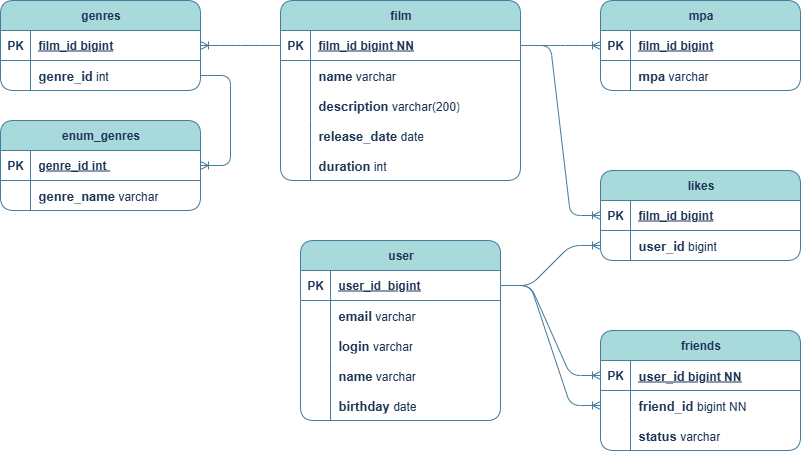
Before: docs/ER diagram.png, a diagram exported from draw.io (AlksSrg/java-filmorate). Source tidied: cells renumbered, new cells last; positions are measured from the earlier drawing's top-left corner, leaving out a move shared by most shapes.
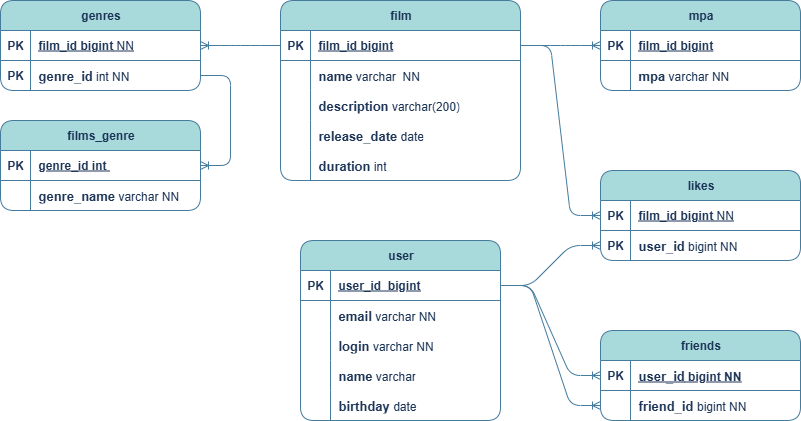
After the commit.

Commit message:
Промежуточное задание 12 спринта: 1)Доработанная ER Диаграмма

Diff of the diagram source:
```diff
@@ -3,7 +3,7 @@
     <mxCell id="0" />
     <mxCell id="1" parent="0" />
     <mxCell id="2" value="friends" style="shape=table;startSize=30;rowLines=0;fontStyle=1;align=center;html=1;fillColor=#A8DADC;strokeColor=#457B9D;strokeWidth=1;labelBackgroundColor=none;fontColor=#1D3557;rounded=1;" parent="1" vertex="1">
-      <mxGeometry x="600" y="330" width="200" height="120" as="geometry" />
+      <mxGeometry x="600" y="330" width="200" height="90" as="geometry" />
     </mxCell>
     <mxCell id="3" style="shape=tableRow;horizontal=0;startSize=0;swimlaneHead=0;swimlaneBody=0;fillColor=none;points=[[0,0.5],[1,0.5]];portConstraint=eastwest;top=0;left=0;right=0;bottom=1;labelBackgroundColor=none;strokeColor=#457B9D;fontColor=#1D3557;rounded=1;" parent="2" vertex="1">
       <mxGeometry y="30" width="200" height="30" as="geometry" />
@@ -23,15 +23,6 @@
     <mxCell id="8" value="&lt;font style=&quot;font-size: 13px;&quot;&gt;&lt;b&gt;friend_id &lt;/b&gt;&lt;/font&gt;bigint NN" style="shape=partialRectangle;fillColor=none;top=0;left=0;bottom=0;right=0;align=left;spacingLeft=6;overflow=hidden;whiteSpace=wrap;html=1;labelBackgroundColor=none;strokeColor=#457B9D;fontColor=#1D3557;rounded=1;" parent="6" vertex="1">
       <mxGeometry x="30" width="170" height="30" as="geometry" />
     </mxCell>
-    <mxCell id="9" style="shape=tableRow;horizontal=0;startSize=0;swimlaneHead=0;swimlaneBody=0;fillColor=none;top=0;left=0;right=0;bottom=0;labelBackgroundColor=none;strokeColor=#457B9D;fontColor=#1D3557;rounded=1;" parent="2" vertex="1">
-      <mxGeometry y="90" width="200" height="30" as="geometry" />
-    </mxCell>
-    <mxCell id="10" style="shape=partialRectangle;fillColor=none;top=0;left=0;bottom=0;right=0;overflow=hidden;whiteSpace=wrap;html=1;labelBackgroundColor=none;strokeColor=#457B9D;fontColor=#1D3557;rounded=1;" parent="9" vertex="1">
-      <mxGeometry width="30" height="30" as="geometry" />
-    </mxCell>
-    <mxCell id="11" value="&lt;b&gt;&lt;font style=&quot;font-size: 13px;&quot;&gt;status&lt;/font&gt;&lt;/b&gt;&amp;nbsp;varchar" style="shape=partialRectangle;fillColor=none;top=0;left=0;bottom=0;right=0;align=left;spacingLeft=6;overflow=hidden;whiteSpace=wrap;html=1;labelBackgroundColor=none;strokeColor=#457B9D;fontColor=#1D3557;rounded=1;" parent="9" vertex="1">
-      <mxGeometry x="30" width="170" height="30" as="geometry" />
-    </mxCell>
     <mxCell id="12" style="shape=tableRow;horizontal=0;startSize=0;swimlaneHead=0;swimlaneBody=0;fillColor=none;top=0;left=0;right=0;bottom=0;labelBackgroundColor=none;strokeColor=#457B9D;fontColor=#1D3557;rounded=1;" parent="1" vertex="1">
       <mxGeometry x="265" y="210" width="180" height="30" as="geometry" />
     </mxCell>
@@ -47,7 +38,7 @@
     <mxCell id="16" value="PK" style="shape=partialRectangle;fillColor=none;top=0;left=0;bottom=0;right=0;fontStyle=1;overflow=hidden;whiteSpace=wrap;html=1;labelBackgroundColor=none;strokeColor=#457B9D;fontColor=#1D3557;rounded=1;" parent="15" vertex="1">
       <mxGeometry width="30" height="30" as="geometry" />
     </mxCell>
-    <mxCell id="17" value="film_id bigint NN" style="shape=partialRectangle;fillColor=none;top=0;left=0;bottom=0;right=0;align=left;spacingLeft=6;fontStyle=5;overflow=hidden;whiteSpace=wrap;html=1;labelBackgroundColor=none;strokeColor=#457B9D;fontColor=#1D3557;rounded=1;" parent="15" vertex="1">
+    <mxCell id="17" value="film_id bigint" style="shape=partialRectangle;fillColor=none;top=0;left=0;bottom=0;right=0;align=left;spacingLeft=6;fontStyle=5;overflow=hidden;whiteSpace=wrap;html=1;labelBackgroundColor=none;strokeColor=#457B9D;fontColor=#1D3557;rounded=1;" parent="15" vertex="1">
       <mxGeometry x="30" width="210" height="30" as="geometry" />
     </mxCell>
     <mxCell id="18" style="shape=tableRow;horizontal=0;startSize=0;swimlaneHead=0;swimlaneBody=0;fillColor=none;top=0;left=0;right=0;bottom=0;labelBackgroundColor=none;strokeColor=#457B9D;fontColor=#1D3557;rounded=1;" parent="14" vertex="1">
@@ -56,7 +47,7 @@
     <mxCell id="19" style="shape=partialRectangle;fillColor=none;top=0;left=0;bottom=0;right=0;overflow=hidden;whiteSpace=wrap;html=1;labelBackgroundColor=none;strokeColor=#457B9D;fontColor=#1D3557;rounded=1;" parent="18" vertex="1">
       <mxGeometry width="30" height="30" as="geometry" />
     </mxCell>
-    <mxCell id="20" value="&lt;b&gt;&lt;font style=&quot;font-size: 13px;&quot;&gt;name&lt;/font&gt;&lt;/b&gt; varchar&amp;nbsp;" style="shape=partialRectangle;fillColor=none;top=0;left=0;bottom=0;right=0;align=left;spacingLeft=6;overflow=hidden;labelBorderColor=none;textShadow=0;labelBackgroundColor=none;html=1;whiteSpace=wrap;fontStyle=0;strokeColor=#457B9D;fontColor=#1D3557;rounded=1;" parent="18" vertex="1">
+    <mxCell id="20" value="&lt;b&gt;&lt;font style=&quot;font-size: 13px;&quot;&gt;name&lt;/font&gt;&lt;/b&gt; varchar&amp;nbsp;&amp;nbsp;NN&amp;nbsp;" style="shape=partialRectangle;fillColor=none;top=0;left=0;bottom=0;right=0;align=left;spacingLeft=6;overflow=hidden;labelBorderColor=none;textShadow=0;labelBackgroundColor=none;html=1;whiteSpace=wrap;fontStyle=0;strokeColor=#457B9D;fontColor=#1D3557;rounded=1;" parent="18" vertex="1">
       <mxGeometry x="30" width="210" height="30" as="geometry" />
     </mxCell>
     <mxCell id="21" style="shape=tableRow;horizontal=0;startSize=0;swimlaneHead=0;swimlaneBody=0;fillColor=none;top=0;left=0;right=0;bottom=0;labelBackgroundColor=none;strokeColor=#457B9D;fontColor=#1D3557;rounded=1;" parent="14" vertex="1">
@@ -104,7 +95,7 @@
     <mxCell id="35" style="shape=partialRectangle;fillColor=none;top=0;left=0;bottom=0;right=0;overflow=hidden;whiteSpace=wrap;html=1;labelBackgroundColor=none;strokeColor=#457B9D;fontColor=#1D3557;rounded=1;" parent="34" vertex="1">
       <mxGeometry width="30" height="30" as="geometry" />
     </mxCell>
-    <mxCell id="36" value="&lt;font style=&quot;font-size: 13px;&quot;&gt;&lt;b&gt;email &lt;/b&gt;&lt;/font&gt;varchar&amp;nbsp;" style="shape=partialRectangle;fillColor=none;top=0;left=0;bottom=0;right=0;align=left;spacingLeft=6;overflow=hidden;whiteSpace=wrap;html=1;labelBackgroundColor=none;strokeColor=#457B9D;fontColor=#1D3557;rounded=1;" parent="34" vertex="1">
+    <mxCell id="36" value="&lt;font style=&quot;font-size: 13px;&quot;&gt;&lt;b&gt;email &lt;/b&gt;&lt;/font&gt;varchar NN" style="shape=partialRectangle;fillColor=none;top=0;left=0;bottom=0;right=0;align=left;spacingLeft=6;overflow=hidden;whiteSpace=wrap;html=1;labelBackgroundColor=none;strokeColor=#457B9D;fontColor=#1D3557;rounded=1;" parent="34" vertex="1">
       <mxGeometry x="30" width="170" height="30" as="geometry" />
     </mxCell>
     <mxCell id="37" style="shape=tableRow;horizontal=0;startSize=0;swimlaneHead=0;swimlaneBody=0;fillColor=none;top=0;left=0;right=0;bottom=0;labelBackgroundColor=none;strokeColor=#457B9D;fontColor=#1D3557;rounded=1;" parent="30" vertex="1">
@@ -113,7 +104,7 @@
     <mxCell id="38" style="shape=partialRectangle;fillColor=none;top=0;left=0;bottom=0;right=0;overflow=hidden;whiteSpace=wrap;html=1;labelBackgroundColor=none;strokeColor=#457B9D;fontColor=#1D3557;rounded=1;" parent="37" vertex="1">
       <mxGeometry width="30" height="30" as="geometry" />
     </mxCell>
-    <mxCell id="39" value="&lt;b&gt;&lt;font style=&quot;font-size: 13px;&quot;&gt;login&lt;/font&gt;&lt;/b&gt; varchar" style="shape=partialRectangle;fillColor=none;top=0;left=0;bottom=0;right=0;align=left;spacingLeft=6;overflow=hidden;whiteSpace=wrap;html=1;labelBackgroundColor=none;strokeColor=#457B9D;fontColor=#1D3557;rounded=1;" parent="37" vertex="1">
+    <mxCell id="39" value="&lt;b&gt;&lt;font style=&quot;font-size: 13px;&quot;&gt;login&lt;/font&gt;&lt;/b&gt; varchar&amp;nbsp;NN" style="shape=partialRectangle;fillColor=none;top=0;left=0;bottom=0;right=0;align=left;spacingLeft=6;overflow=hidden;whiteSpace=wrap;html=1;labelBackgroundColor=none;strokeColor=#457B9D;fontColor=#1D3557;rounded=1;" parent="37" vertex="1">
       <mxGeometry x="30" width="170" height="30" as="geometry" />
     </mxCell>
     <mxCell id="40" style="shape=tableRow;horizontal=0;startSize=0;swimlaneHead=0;swimlaneBody=0;fillColor=none;top=0;left=0;right=0;bottom=0;labelBackgroundColor=none;strokeColor=#457B9D;fontColor=#1D3557;rounded=1;" parent="30" vertex="1">
@@ -152,7 +143,7 @@
     <mxCell id="51" style="shape=partialRectangle;fillColor=none;top=0;left=0;bottom=0;right=0;overflow=hidden;whiteSpace=wrap;html=1;labelBackgroundColor=none;strokeColor=#457B9D;fontColor=#1D3557;rounded=1;" parent="50" vertex="1">
       <mxGeometry width="30" height="30" as="geometry" />
     </mxCell>
-    <mxCell id="52" value="&lt;b&gt;&lt;font style=&quot;font-size: 13px;&quot;&gt;mpa&lt;/font&gt;&lt;/b&gt; varchar" style="shape=partialRectangle;fillColor=none;top=0;left=0;bottom=0;right=0;align=left;spacingLeft=6;overflow=hidden;whiteSpace=wrap;html=1;labelBackgroundColor=none;strokeColor=#457B9D;fontColor=#1D3557;rounded=1;" parent="50" vertex="1">
+    <mxCell id="52" value="&lt;b&gt;&lt;font style=&quot;font-size: 13px;&quot;&gt;mpa&lt;/font&gt;&lt;/b&gt; varchar&amp;nbsp;NN" style="shape=partialRectangle;fillColor=none;top=0;left=0;bottom=0;right=0;align=left;spacingLeft=6;overflow=hidden;whiteSpace=wrap;html=1;labelBackgroundColor=none;strokeColor=#457B9D;fontColor=#1D3557;rounded=1;" parent="50" vertex="1">
       <mxGeometry x="30" width="170" height="30" as="geometry" />
     </mxCell>
     <mxCell id="53" value="genres" style="shape=table;startSize=30;rowLines=0;fontStyle=1;align=center;html=1;fillColor=#A8DADC;strokeColor=#457B9D;labelBackgroundColor=none;fontColor=#1D3557;rounded=1;" parent="1" vertex="1">
@@ -164,19 +155,19 @@
     <mxCell id="55" value="PK" style="shape=partialRectangle;fillColor=none;top=0;left=0;bottom=0;right=0;fontStyle=1;overflow=hidden;whiteSpace=wrap;html=1;labelBackgroundColor=none;strokeColor=#457B9D;fontColor=#1D3557;rounded=1;" parent="54" vertex="1">
       <mxGeometry width="30" height="30" as="geometry" />
     </mxCell>
-    <mxCell id="56" value="film_id bigint" style="shape=partialRectangle;fillColor=none;top=0;left=0;bottom=0;right=0;align=left;spacingLeft=6;fontStyle=5;overflow=hidden;whiteSpace=wrap;html=1;labelBackgroundColor=none;strokeColor=#457B9D;fontColor=#1D3557;rounded=1;" parent="54" vertex="1">
+    <mxCell id="56" value="film_id bigint&lt;span style=&quot;font-weight: 400;&quot;&gt;&amp;nbsp;NN&lt;/span&gt;" style="shape=partialRectangle;fillColor=none;top=0;left=0;bottom=0;right=0;align=left;spacingLeft=6;fontStyle=5;overflow=hidden;whiteSpace=wrap;html=1;labelBackgroundColor=none;strokeColor=#457B9D;fontColor=#1D3557;rounded=1;" parent="54" vertex="1">
       <mxGeometry x="30" width="170" height="30" as="geometry" />
     </mxCell>
     <mxCell id="57" style="shape=tableRow;horizontal=0;startSize=0;swimlaneHead=0;swimlaneBody=0;fillColor=none;points=[[0,0.5],[1,0.5]];portConstraint=eastwest;top=0;left=0;right=0;bottom=0;labelBackgroundColor=none;strokeColor=#457B9D;fontColor=#1D3557;rounded=1;" parent="53" vertex="1">
       <mxGeometry y="60" width="200" height="30" as="geometry" />
     </mxCell>
-    <mxCell id="58" style="shape=partialRectangle;fillColor=none;top=0;left=0;bottom=0;right=0;overflow=hidden;whiteSpace=wrap;html=1;labelBackgroundColor=none;strokeColor=#457B9D;fontColor=#1D3557;rounded=1;" parent="57" vertex="1">
+    <mxCell id="58" value="&lt;span style=&quot;font-weight: 700;&quot;&gt;PK&lt;/span&gt;" style="shape=partialRectangle;fillColor=none;top=0;left=0;bottom=0;right=0;overflow=hidden;whiteSpace=wrap;html=1;labelBackgroundColor=none;strokeColor=#457B9D;fontColor=#1D3557;rounded=1;" parent="57" vertex="1">
       <mxGeometry width="30" height="30" as="geometry" />
     </mxCell>
-    <mxCell id="59" value="&lt;b&gt;&lt;font style=&quot;font-size: 13px;&quot;&gt;genre_id&lt;/font&gt;&lt;/b&gt; int" style="shape=partialRectangle;fillColor=none;top=0;left=0;bottom=0;right=0;align=left;spacingLeft=6;overflow=hidden;whiteSpace=wrap;html=1;labelBackgroundColor=none;strokeColor=#457B9D;fontColor=#1D3557;rounded=1;" parent="57" vertex="1">
+    <mxCell id="59" value="&lt;b&gt;&lt;font style=&quot;font-size: 13px;&quot;&gt;genre_id&lt;/font&gt;&lt;/b&gt; int&amp;nbsp;NN" style="shape=partialRectangle;fillColor=none;top=0;left=0;bottom=0;right=0;align=left;spacingLeft=6;overflow=hidden;whiteSpace=wrap;html=1;labelBackgroundColor=none;strokeColor=#457B9D;fontColor=#1D3557;rounded=1;" parent="57" vertex="1">
       <mxGeometry x="30" width="170" height="30" as="geometry" />
     </mxCell>
-    <mxCell id="60" value="enum_genres" style="shape=table;startSize=30;rowLines=0;fontStyle=1;align=center;html=1;fillColor=#A8DADC;strokeColor=#457B9D;labelBackgroundColor=none;fontColor=#1D3557;rounded=1;" parent="1" vertex="1">
+    <mxCell id="60" value="films_genre" style="shape=table;startSize=30;rowLines=0;fontStyle=1;align=center;html=1;fillColor=#A8DADC;strokeColor=#457B9D;labelBackgroundColor=none;fontColor=#1D3557;rounded=1;" parent="1" vertex="1">
       <mxGeometry y="120" width="200" height="90" as="geometry" />
     </mxCell>
     <mxCell id="61" style="shape=tableRow;horizontal=0;startSize=0;swimlaneHead=0;swimlaneBody=0;fillColor=none;points=[[0,0.5],[1,0.5]];portConstraint=eastwest;top=0;left=0;right=0;bottom=1;labelBackgroundColor=none;strokeColor=#457B9D;fontColor=#1D3557;rounded=1;" parent="60" vertex="1">
@@ -194,7 +185,7 @@
     <mxCell id="65" style="shape=partialRectangle;fillColor=none;top=0;left=0;bottom=0;right=0;overflow=hidden;whiteSpace=wrap;html=1;labelBackgroundColor=none;strokeColor=#457B9D;fontColor=#1D3557;rounded=1;" parent="64" vertex="1">
       <mxGeometry width="30" height="30" as="geometry" />
     </mxCell>
-    <mxCell id="66" value="&lt;b&gt;&lt;font style=&quot;font-size: 13px;&quot;&gt;genre_name&lt;/font&gt;&lt;/b&gt; varchar" style="shape=partialRectangle;fillColor=none;top=0;left=0;bottom=0;right=0;align=left;spacingLeft=6;overflow=hidden;whiteSpace=wrap;html=1;labelBackgroundColor=none;strokeColor=#457B9D;fontColor=#1D3557;rounded=1;" parent="64" vertex="1">
+    <mxCell id="66" value="&lt;b&gt;&lt;font style=&quot;font-size: 13px;&quot;&gt;genre_name&lt;/font&gt;&lt;/b&gt; varchar&amp;nbsp;NN" style="shape=partialRectangle;fillColor=none;top=0;left=0;bottom=0;right=0;align=left;spacingLeft=6;overflow=hidden;whiteSpace=wrap;html=1;labelBackgroundColor=none;strokeColor=#457B9D;fontColor=#1D3557;rounded=1;" parent="64" vertex="1">
       <mxGeometry x="30" width="170" height="30" as="geometry" />
     </mxCell>
     <mxCell id="67" value="likes" style="shape=table;startSize=30;rowLines=0;fontStyle=1;align=center;html=1;fillColor=#A8DADC;strokeColor=#457B9D;labelBackgroundColor=none;fontColor=#1D3557;rounded=1;" parent="1" vertex="1">
@@ -206,16 +197,16 @@
     <mxCell id="69" value="PK" style="shape=partialRectangle;fillColor=none;top=0;left=0;bottom=0;right=0;fontStyle=1;overflow=hidden;whiteSpace=wrap;html=1;labelBackgroundColor=none;strokeColor=#457B9D;fontColor=#1D3557;rounded=1;" parent="68" vertex="1">
       <mxGeometry width="30" height="30" as="geometry" />
     </mxCell>
-    <mxCell id="70" value="film_id bigint" style="shape=partialRectangle;fillColor=none;top=0;left=0;bottom=0;right=0;align=left;spacingLeft=6;fontStyle=5;overflow=hidden;whiteSpace=wrap;html=1;labelBackgroundColor=none;strokeColor=#457B9D;fontColor=#1D3557;rounded=1;" parent="68" vertex="1">
+    <mxCell id="70" value="film_id bigint&lt;span style=&quot;font-weight: 400;&quot;&gt;&amp;nbsp;NN&lt;/span&gt;" style="shape=partialRectangle;fillColor=none;top=0;left=0;bottom=0;right=0;align=left;spacingLeft=6;fontStyle=5;overflow=hidden;whiteSpace=wrap;html=1;labelBackgroundColor=none;strokeColor=#457B9D;fontColor=#1D3557;rounded=1;" parent="68" vertex="1">
       <mxGeometry x="30" width="170" height="30" as="geometry" />
     </mxCell>
     <mxCell id="71" style="shape=tableRow;horizontal=0;startSize=0;swimlaneHead=0;swimlaneBody=0;fillColor=none;points=[[0,0.5],[1,0.5]];portConstraint=eastwest;top=0;left=0;right=0;bottom=0;labelBackgroundColor=none;strokeColor=#457B9D;fontColor=#1D3557;rounded=1;" parent="67" vertex="1">
       <mxGeometry y="60" width="200" height="30" as="geometry" />
     </mxCell>
-    <mxCell id="72" style="shape=partialRectangle;fillColor=none;top=0;left=0;bottom=0;right=0;overflow=hidden;whiteSpace=wrap;html=1;labelBackgroundColor=none;strokeColor=#457B9D;fontColor=#1D3557;rounded=1;" parent="71" vertex="1">
+    <mxCell id="72" value="&lt;span style=&quot;font-weight: 700;&quot;&gt;PK&lt;/span&gt;" style="shape=partialRectangle;fillColor=none;top=0;left=0;bottom=0;right=0;overflow=hidden;whiteSpace=wrap;html=1;labelBackgroundColor=none;strokeColor=#457B9D;fontColor=#1D3557;rounded=1;" parent="71" vertex="1">
       <mxGeometry width="30" height="30" as="geometry" />
     </mxCell>
-    <mxCell id="73" value="&lt;b&gt;&lt;font style=&quot;font-size: 13px;&quot;&gt;user_id&lt;/font&gt;&lt;/b&gt; bigint" style="shape=partialRectangle;fillColor=none;top=0;left=0;bottom=0;right=0;align=left;spacingLeft=6;overflow=hidden;whiteSpace=wrap;html=1;labelBackgroundColor=none;strokeColor=#457B9D;fontColor=#1D3557;rounded=1;" parent="71" vertex="1">
+    <mxCell id="73" value="&lt;b&gt;&lt;font style=&quot;font-size: 13px;&quot;&gt;user_id&lt;/font&gt;&lt;/b&gt; bigint&amp;nbsp;NN" style="shape=partialRectangle;fillColor=none;top=0;left=0;bottom=0;right=0;align=left;spacingLeft=6;overflow=hidden;whiteSpace=wrap;html=1;labelBackgroundColor=none;strokeColor=#457B9D;fontColor=#1D3557;rounded=1;" parent="71" vertex="1">
       <mxGeometry x="30" width="170" height="30" as="geometry" />
     </mxCell>
     <mxCell id="74" style="edgeStyle=entityRelationEdgeStyle;fontSize=12;html=1;endArrow=ERoneToMany;rounded=1;exitX=0;exitY=0.5;exitDx=0;exitDy=0;entryX=1;entryY=0.5;entryDx=0;entryDy=0;labelBackgroundColor=none;strokeColor=#457B9D;fontColor=default;" parent="1" edge="1" source="15" target="54">
```
